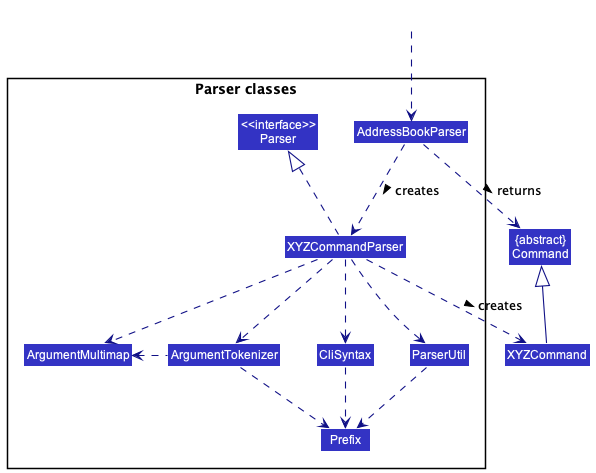
Earlier version of the PlantUML export docs/images/ParserClasses.png (nus-cs2103-AY2223S1/tp).
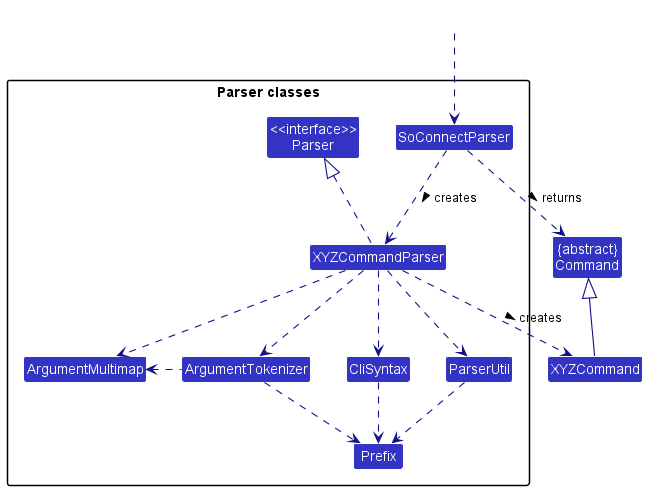
After the change.

Commit message:
Update ParserClasses diagram

Diff of the diagram source:
```diff
@@ -9,7 +9,7 @@
 
 package "Parser classes"{
 Class "<<interface>>\nParser" as Parser
-Class AddressBookParser
+Class SoConnectParser
 Class XYZCommandParser
 Class CliSyntax
 Class ParserUtil
@@ -19,12 +19,12 @@
 }
 
 Class HiddenOutside #FFFFFF
-HiddenOutside ..> AddressBookParser
+HiddenOutside ..> SoConnectParser
 
-AddressBookParser .down.> XYZCommandParser: creates >
+SoConnectParser .down.> XYZCommandParser: creates >
 
 XYZCommandParser ..> XYZCommand : creates >
-AddressBookParser ..> Command : returns >
+SoConnectParser ..> Command : returns >
 XYZCommandParser .up.|> Parser
 XYZCommandParser ..> ArgumentMultimap
 XYZCommandParser ..> ArgumentTokenizer
```
